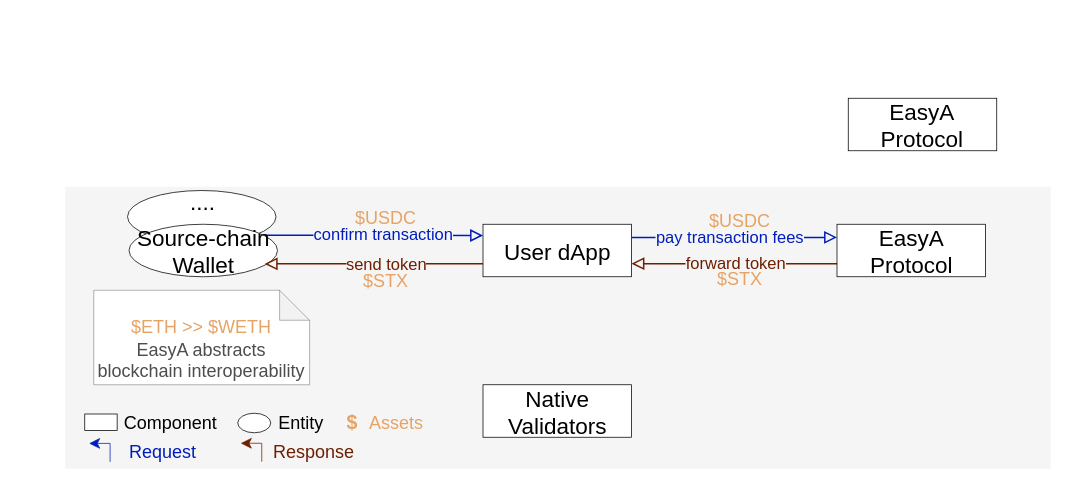
Before: page "interop" (4 of 5) of assets/easy-a-mechanism.drawio.drawio in dlt-science/EasyA-Whitepaper, a draw.io diagram. Source tidied: cells renumbered, new cells numbered last; positions are measured from the earlier drawing's top-left corner, leaving out a move shared by most shapes. Both pictures are drawn from the tidied source at 150%, with x=0, y=0 at pixel (64, 98).
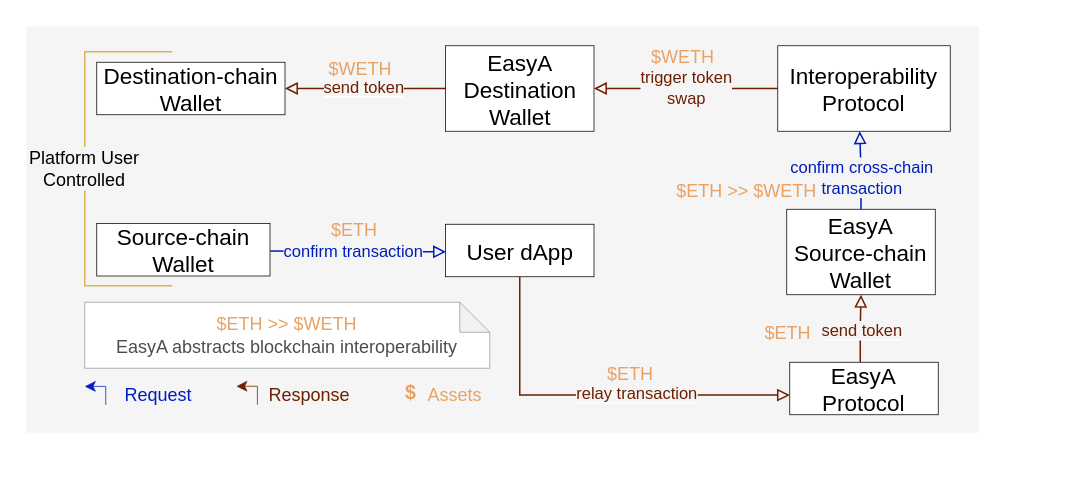
The same diagram, later.

The edit, as a diff of the source:
```diff
@@
     <mxCell id="2" style="shape=folder;fontStyle=1;spacingTop=10;tabWidth=0;tabHeight=0;tabPosition=left;html=1;whiteSpace=wrap;fillColor=#F5F5F5;strokeColor=none;strokeWidth=0;" parent="1" vertex="1">
-      <mxGeometry y="59" width="657" height="188" as="geometry" />
+      <mxGeometry x="-26" y="-48" width="635" height="271" as="geometry" />
     </mxCell>
-    <mxCell id="3" style="ellipse;whiteSpace=wrap;html=1;strokeWidth=0.5;" parent="1" vertex="1">
-      <mxGeometry x="41.5" y="61.5" width="99" height="35" as="geometry" />
-    </mxCell>
-    <mxCell id="4" value="&lt;div&gt;&lt;span style=&quot;color: rgb(230, 163, 101);&quot;&gt;&lt;br&gt;&lt;/span&gt;&lt;/div&gt;&lt;span style=&quot;color: rgb(230, 163, 101);&quot;&gt;$ETH &amp;gt;&amp;gt; $WETH&lt;/span&gt;&lt;div&gt;&lt;font style=&quot;color: rgb(77, 77, 77);&quot;&gt;EasyA abstracts blockchain interoperability&lt;/font&gt;&lt;/div&gt;" style="shape=note;whiteSpace=wrap;html=1;backgroundOutline=1;darkOpacity=0.05;size=20;strokeWidth=0.2;strokeColor=default;" parent="1" vertex="1">
-      <mxGeometry x="19" y="128" width="143.9" height="63" as="geometry" />
+    <mxCell id="4" value="&lt;div&gt;&lt;span style=&quot;color: light-dark(rgb(230, 163, 101), rgb(138, 80, 27)); background-color: transparent;&quot;&gt;$ETH &amp;gt;&amp;gt; $WETH&lt;/span&gt;&lt;/div&gt;&lt;div&gt;&lt;font style=&quot;color: rgb(77, 77, 77);&quot;&gt;EasyA abstracts blockchain interoperability&lt;/font&gt;&lt;/div&gt;" style="shape=note;whiteSpace=wrap;html=1;backgroundOutline=1;darkOpacity=0.05;size=20;strokeWidth=0.2;strokeColor=default;" parent="1" vertex="1">
+      <mxGeometry x="13" y="136" width="270" height="44" as="geometry" />
     </mxCell>
-    <mxCell id="5" style="edgeStyle=orthogonalEdgeStyle;rounded=0;jettySize=auto;html=1;entryX=0;entryY=0.5;entryDx=0;entryDy=0;exitX=0.917;exitY=0.208;exitDx=0;exitDy=0;exitPerimeter=0;strokeColor=#001DBC;endArrow=block;endFill=0;" parent="1" edge="1" source="7">
+    <mxCell id="5" style="edgeStyle=orthogonalEdgeStyle;rounded=0;orthogonalLoop=1;jettySize=auto;html=1;entryX=0.003;entryY=0.212;entryDx=0;entryDy=0;exitX=1.002;exitY=0.208;exitDx=0;exitDy=0;exitPerimeter=0;strokeColor=#001DBC;endArrow=block;endFill=0;entryPerimeter=0;" parent="1" edge="1">
       <mxGeometry relative="1" as="geometry">
-        <mxPoint x="278.5" y="91.5" as="targetPoint" />
+        <mxPoint x="136.7" y="101.8" as="sourcePoint" />
+        <mxPoint x="253.8" y="102.4" as="targetPoint" />
       </mxGeometry>
     </mxCell>
     <mxCell id="6" value="&lt;font style=&quot;color: rgb(0, 29, 188);&quot;&gt;confirm transaction&lt;/font&gt;" style="edgeLabel;html=1;align=center;verticalAlign=middle;labelBackgroundColor=#F5F5F5;" parent="5" vertex="1">
       <mxGeometry x="-0.51" y="-1" relative="1" as="geometry">
-        <mxPoint x="42" y="-2" as="offset" />
+        <mxPoint x="26" y="-2" as="offset" />
       </mxGeometry>
     </mxCell>
-    <mxCell id="7" value="&lt;div&gt;&lt;span style=&quot;font-size: 15px; text-wrap-mode: nowrap;&quot;&gt;Source-chain&lt;/span&gt;&lt;/div&gt;&lt;div&gt;&lt;span style=&quot;font-size: 15px; text-wrap-mode: nowrap;&quot;&gt;Wallet&lt;/span&gt;&lt;/div&gt;" style="ellipse;whiteSpace=wrap;html=1;strokeWidth=0.5;" parent="1" vertex="1">
-      <mxGeometry x="42.5" y="84" width="99" height="35" as="geometry" />
-    </mxCell>
-    <mxCell id="8" style="edgeStyle=orthogonalEdgeStyle;rounded=0;jettySize=auto;html=1;exitX=1;exitY=0.25;exitDx=0;exitDy=0;entryX=0;entryY=0.25;entryDx=0;entryDy=0;strokeColor=#001DBC;endArrow=block;endFill=0;" parent="1" edge="1" source="10" target="13">
-      <mxGeometry relative="1" as="geometry" />
-    </mxCell>
-    <mxCell id="9" value="pay transaction fees" style="edgeLabel;html=1;align=center;verticalAlign=middle;fontColor=#001DBC;labelBackgroundColor=#F5F5F5;" parent="8" vertex="1">
-      <mxGeometry x="-0.67" relative="1" as="geometry">
-        <mxPoint x="42" as="offset" />
-      </mxGeometry>
-    </mxCell>
     <mxCell id="10" value="&lt;div style=&quot;text-wrap-mode: nowrap;&quot;&gt;&lt;font style=&quot;font-size: 15px;&quot; face=&quot;Helvetica&quot;&gt;User dApp&lt;/font&gt;&lt;/div&gt;" style="html=1;whiteSpace=wrap;strokeWidth=0.5;" parent="1" vertex="1">
-      <mxGeometry x="278.5" y="84" width="99" height="35" as="geometry" />
+      <mxGeometry x="253.5" y="84" width="99" height="35" as="geometry" />
     </mxCell>
-    <mxCell id="11" style="edgeStyle=orthogonalEdgeStyle;rounded=0;jettySize=auto;html=1;exitX=0;exitY=0.75;exitDx=0;exitDy=0;entryX=1;entryY=0.75;entryDx=0;entryDy=0;strokeColor=#6D1F00;endArrow=block;endFill=0;" parent="1" edge="1" source="13" target="10">
-      <mxGeometry relative="1" as="geometry" />
-    </mxCell>
-    <mxCell id="12" value="forward token" style="edgeLabel;html=1;align=center;verticalAlign=middle;labelBackgroundColor=#F5F5F5;fontColor=#6D1F00;" parent="11" vertex="1">
-      <mxGeometry x="0.2" y="2" relative="1" as="geometry">
-        <mxPoint x="14" y="-3" as="offset" />
-      </mxGeometry>
-    </mxCell>
-    <mxCell id="13" value="&lt;div style=&quot;text-wrap-mode: nowrap;&quot;&gt;&lt;font style=&quot;font-size: 15px;&quot; face=&quot;Helvetica&quot;&gt;EasyA&lt;/font&gt;&lt;/div&gt;&lt;div style=&quot;text-wrap-mode: nowrap;&quot;&gt;&lt;font style=&quot;font-size: 15px;&quot; face=&quot;Helvetica&quot;&gt;Protocol&lt;/font&gt;&lt;/div&gt;" style="html=1;whiteSpace=wrap;strokeWidth=0.5;" parent="1" vertex="1">
-      <mxGeometry x="514.5" y="84" width="99" height="35" as="geometry" />
-    </mxCell>
-    <mxCell id="14" value="&lt;font style=&quot;color: rgb(230, 163, 101);&quot;&gt;$USDC&lt;/font&gt;" style="text;html=1;align=center;verticalAlign=middle;whiteSpace=wrap;rounded=0;" parent="1" vertex="1">
-      <mxGeometry x="189.5" y="72" width="48" height="16" as="geometry" />
-    </mxCell>
-    <mxCell id="15" style="edgeStyle=orthogonalEdgeStyle;rounded=0;jettySize=auto;html=1;exitX=0;exitY=0.75;exitDx=0;exitDy=0;entryX=0.914;entryY=0.755;entryDx=0;entryDy=0;entryPerimeter=0;strokeColor=#6D1F00;endArrow=block;endFill=0;" parent="1" edge="1" source="10" target="7">
-      <mxGeometry relative="1" as="geometry" />
-    </mxCell>
-    <mxCell id="16" value="send token" style="edgeLabel;html=1;align=center;verticalAlign=middle;labelBackgroundColor=#F5F5F5;fontColor=#6D1F00;" parent="15" vertex="1">
-      <mxGeometry x="-0.15" y="1" relative="1" as="geometry">
-        <mxPoint x="-3" y="-1" as="offset" />
-      </mxGeometry>
-    </mxCell>
-    <mxCell id="17" value="&lt;font style=&quot;color: rgb(230, 163, 101);&quot;&gt;$USDC&lt;/font&gt;" style="text;html=1;align=center;verticalAlign=middle;whiteSpace=wrap;rounded=0;" parent="1" vertex="1">
-      <mxGeometry x="425.5" y="74" width="48" height="16" as="geometry" />
-    </mxCell>
-    <mxCell id="18" value="&lt;div style=&quot;text-wrap-mode: nowrap;&quot;&gt;&lt;font style=&quot;font-size: 15px;&quot; face=&quot;Helvetica&quot;&gt;Native&lt;/font&gt;&lt;/div&gt;&lt;div style=&quot;text-wrap-mode: nowrap;&quot;&gt;&lt;font style=&quot;font-size: 15px;&quot; face=&quot;Helvetica&quot;&gt;Validators&lt;/font&gt;&lt;/div&gt;" style="html=1;whiteSpace=wrap;strokeWidth=0.5;" parent="1" vertex="1">
-      <mxGeometry x="278.5" y="191" width="99" height="35" as="geometry" />
-    </mxCell>
-    <mxCell id="19" value="&lt;font style=&quot;color: rgb(230, 163, 101);&quot;&gt;$STX&lt;/font&gt;" style="text;html=1;align=center;verticalAlign=middle;whiteSpace=wrap;rounded=0;" parent="1" vertex="1">
-      <mxGeometry x="189.5" y="114" width="48" height="16" as="geometry" />
+    <mxCell id="19" value="&lt;span style=&quot;color: rgb(230, 163, 101);&quot;&gt;$ETH&lt;/span&gt;" style="text;html=1;align=center;verticalAlign=middle;whiteSpace=wrap;rounded=0;" parent="1" vertex="1">
+      <mxGeometry x="169" y="79.5" width="48" height="16" as="geometry" />
     </mxCell>
-    <mxCell id="20" value="&lt;font style=&quot;color: rgb(230, 163, 101);&quot;&gt;$STX&lt;/font&gt;" style="text;html=1;align=center;verticalAlign=middle;whiteSpace=wrap;rounded=0;" parent="1" vertex="1">
-      <mxGeometry x="425.5" y="113" width="48" height="16" as="geometry" />
-    </mxCell>
     <mxCell id="21" value="&lt;font style=&quot;font-weight: normal; color: rgb(230, 163, 101); font-size: 12px;&quot;&gt;Assets&lt;/font&gt;" style="text;html=1;align=left;verticalAlign=middle;whiteSpace=wrap;rounded=0;strokeColor=none;fontSize=14;fontStyle=1;" parent="1" vertex="1">
-      <mxGeometry x="201.2" y="210.2" width="28.9" height="12" as="geometry" />
+      <mxGeometry x="240.2" y="190.5" width="28.9" height="12" as="geometry" />
     </mxCell>
-    <mxCell id="22" style="ellipse;whiteSpace=wrap;html=1;strokeWidth=0.5;" parent="1" vertex="1">
-      <mxGeometry x="115" y="210" width="22" height="13" as="geometry" />
-    </mxCell>
-    <mxCell id="23" style="html=1;whiteSpace=wrap;strokeWidth=0.5;" parent="1" vertex="1">
-      <mxGeometry x="13" y="210.5" width="21.6" height="11" as="geometry" />
-    </mxCell>
-    <mxCell id="24" value="&lt;span style=&quot;text-wrap-mode: wrap;&quot;&gt;&lt;font style=&quot;font-size: 12px;&quot;&gt;Component&lt;/font&gt;&lt;/span&gt;" style="text;html=1;align=center;verticalAlign=middle;strokeColor=none;fillColor=none;fontSize=14;" parent="1" vertex="1">
-      <mxGeometry x="29.9" y="201" width="80" height="29" as="geometry" />
-    </mxCell>
-    <mxCell id="25" value="&lt;span style=&quot;text-wrap-mode: wrap;&quot;&gt;&lt;font style=&quot;font-size: 12px;&quot;&gt;Entity&lt;/font&gt;&lt;/span&gt;" style="text;html=1;align=center;verticalAlign=middle;strokeColor=none;fillColor=none;fontSize=14;" parent="1" vertex="1">
-      <mxGeometry x="132.6" y="201.5" width="48" height="29" as="geometry" />
-    </mxCell>
     <mxCell id="26" value="&lt;font style=&quot;font-size: 13px; color: rgb(230, 163, 101);&quot;&gt;$&lt;/font&gt;" style="text;html=1;align=left;verticalAlign=middle;whiteSpace=wrap;rounded=0;strokeColor=none;fontSize=14;fontStyle=1;" parent="1" vertex="1">
-      <mxGeometry x="186" y="209.8" width="9" height="12" as="geometry" />
+      <mxGeometry x="225" y="190" width="9" height="12" as="geometry" />
     </mxCell>
     <mxCell id="27" style="edgeStyle=orthogonalEdgeStyle;rounded=0;orthogonalLoop=1;jettySize=auto;html=1;entryX=0.699;entryY=-0.003;entryDx=0;entryDy=0;entryPerimeter=0;strokeColor=#001DBC;strokeWidth=0.5;" parent="1" edge="1">
       <mxGeometry relative="1" as="geometry">
-        <mxPoint x="29.9" y="242.4" as="sourcePoint" />
-        <mxPoint x="15.9" y="230.1" as="targetPoint" />
+        <mxPoint x="27" y="204.4" as="sourcePoint" />
+        <mxPoint x="13" y="192.1" as="targetPoint" />
         <Array as="points">
-          <mxPoint x="29.9" y="230.4" />
+          <mxPoint x="27" y="192.4" />
         </Array>
       </mxGeometry>
     </mxCell>
     <mxCell id="28" value="&lt;span&gt;&lt;font style=&quot;font-size: 12px; color: rgb(0, 29, 188);&quot;&gt;Request&lt;/font&gt;&lt;/span&gt;" style="text;html=1;align=left;verticalAlign=middle;whiteSpace=wrap;rounded=0;strokeColor=none;fontSize=14;fontColor=#FFB570;" parent="1" vertex="1">
-      <mxGeometry x="41" y="228" width="35" height="14" as="geometry" />
+      <mxGeometry x="38.1" y="190" width="35" height="14" as="geometry" />
     </mxCell>
     <mxCell id="29" style="edgeStyle=orthogonalEdgeStyle;rounded=0;orthogonalLoop=1;jettySize=auto;html=1;entryX=0.699;entryY=-0.003;entryDx=0;entryDy=0;entryPerimeter=0;strokeColor=#6D1F00;strokeWidth=0.5;" parent="1" edge="1">
       <mxGeometry relative="1" as="geometry">
-        <mxPoint x="131" y="242.3" as="sourcePoint" />
-        <mxPoint x="117" y="230" as="targetPoint" />
+        <mxPoint x="128.1" y="204.3" as="sourcePoint" />
+        <mxPoint x="114.1" y="192" as="targetPoint" />
         <Array as="points">
-          <mxPoint x="131" y="230.3" />
+          <mxPoint x="128.1" y="192.3" />
         </Array>
       </mxGeometry>
     </mxCell>
     <mxCell id="30" value="&lt;font style=&quot;font-size: 12px; color: rgb(109, 31, 0);&quot;&gt;Response&lt;/font&gt;" style="text;html=1;align=left;verticalAlign=middle;whiteSpace=wrap;rounded=0;strokeColor=none;fontSize=14;fontColor=#FFB570;" parent="1" vertex="1">
-      <mxGeometry x="137" y="228" width="57" height="14" as="geometry" />
+      <mxGeometry x="134.1" y="190" width="57" height="14" as="geometry" />
     </mxCell>
-    <mxCell id="31" value="&lt;div style=&quot;text-wrap-mode: nowrap;&quot;&gt;&lt;font style=&quot;font-size: 15px;&quot; face=&quot;Helvetica&quot;&gt;EasyA&lt;/font&gt;&lt;/div&gt;&lt;div style=&quot;text-wrap-mode: nowrap;&quot;&gt;&lt;font style=&quot;font-size: 15px;&quot; face=&quot;Helvetica&quot;&gt;Protocol&lt;/font&gt;&lt;/div&gt;" style="html=1;whiteSpace=wrap;strokeWidth=0.5;" parent="1" vertex="1">
-      <mxGeometry x="522" width="99" height="35" as="geometry" />
+    <mxCell id="31" value="&lt;div style=&quot;text-wrap-mode: nowrap;&quot;&gt;&lt;font style=&quot;font-size: 15px;&quot; face=&quot;Helvetica&quot;&gt;EasyA&lt;/font&gt;&lt;/div&gt;&lt;div style=&quot;text-wrap-mode: nowrap;&quot;&gt;&lt;font style=&quot;font-size: 15px;&quot; face=&quot;Helvetica&quot;&gt;Source-chain&lt;/font&gt;&lt;/div&gt;&lt;div style=&quot;text-wrap-mode: nowrap;&quot;&gt;&lt;font style=&quot;font-size: 15px;&quot; face=&quot;Helvetica&quot;&gt;Wallet&lt;/font&gt;&lt;/div&gt;" style="html=1;whiteSpace=wrap;strokeWidth=0.5;" parent="1" vertex="1">
+      <mxGeometry x="481" y="74" width="99" height="57" as="geometry" />
     </mxCell>
-    <mxCell id="32" value="&lt;span style=&quot;font-size: 15px; text-wrap-mode: nowrap;&quot;&gt;....&lt;/span&gt;" style="text;html=1;align=center;verticalAlign=middle;whiteSpace=wrap;rounded=0;" parent="1" vertex="1">
-      <mxGeometry x="62" y="54" width="60" height="30" as="geometry" />
-    </mxCell>
+    <mxCell id="33" style="edgeStyle=orthogonalEdgeStyle;rounded=0;jettySize=auto;html=1;exitX=0;exitY=0.5;exitDx=0;exitDy=0;entryX=1;entryY=0.5;entryDx=0;entryDy=0;strokeColor=#6D1F00;endArrow=block;endFill=0;" parent="1" edge="1" source="35" target="42">
+      <mxGeometry relative="1" as="geometry" />
+    </mxCell>
+    <mxCell id="34" value="&lt;span style=&quot;background-color: rgb(245, 245, 245);&quot;&gt;&lt;font style=&quot;color: rgb(109, 31, 0);&quot;&gt;send token&lt;/font&gt;&lt;/span&gt;" style="edgeLabel;html=1;align=center;verticalAlign=middle;" parent="33" vertex="1">
+      <mxGeometry x="0.02" y="1" relative="1" as="geometry">
+        <mxPoint y="-2" as="offset" />
+      </mxGeometry>
+    </mxCell>
+    <mxCell id="35" value="&lt;div style=&quot;text-wrap-mode: nowrap;&quot;&gt;&lt;font style=&quot;font-size: 15px;&quot; face=&quot;Helvetica&quot;&gt;EasyA&lt;/font&gt;&lt;/div&gt;&lt;div style=&quot;text-wrap-mode: nowrap;&quot;&gt;&lt;font style=&quot;font-size: 15px;&quot; face=&quot;Helvetica&quot;&gt;Destination&lt;/font&gt;&lt;/div&gt;&lt;div style=&quot;text-wrap-mode: nowrap;&quot;&gt;&lt;font style=&quot;font-size: 15px;&quot; face=&quot;Helvetica&quot;&gt;Wallet&lt;/font&gt;&lt;/div&gt;" style="html=1;whiteSpace=wrap;strokeWidth=0.5;" parent="1" vertex="1">
+      <mxGeometry x="253.5" y="-35" width="99" height="57" as="geometry" />
+    </mxCell>
+    <mxCell id="36" style="edgeStyle=orthogonalEdgeStyle;rounded=0;jettySize=auto;html=1;exitX=0;exitY=0.5;exitDx=0;exitDy=0;strokeColor=#6D1F00;endArrow=block;endFill=0;" parent="1" edge="1" source="38" target="35">
+      <mxGeometry relative="1" as="geometry" />
+    </mxCell>
+    <mxCell id="37" value="&lt;span&gt;&lt;font style=&quot;color: rgb(109, 31, 0);&quot;&gt;trigger token&lt;/font&gt;&lt;/span&gt;&lt;div&gt;&lt;span style=&quot;color: rgb(0, 29, 188);&quot;&gt;&lt;font style=&quot;color: rgb(109, 31, 0);&quot;&gt;swap&lt;/font&gt;&lt;/span&gt;&lt;/div&gt;" style="edgeLabel;html=1;align=center;verticalAlign=middle;labelBackgroundColor=#F5F5F5;" parent="36" vertex="1">
+      <mxGeometry x="0.01" y="-1" relative="1" as="geometry" />
+    </mxCell>
+    <mxCell id="38" value="&lt;div style=&quot;text-wrap-mode: nowrap;&quot;&gt;&lt;span style=&quot;font-size: 15px;&quot;&gt;Interoperability&lt;/span&gt;&lt;/div&gt;&lt;div style=&quot;text-wrap-mode: nowrap;&quot;&gt;&lt;span style=&quot;font-size: 15px;&quot;&gt;Protocol&lt;/span&gt;&lt;/div&gt;" style="html=1;whiteSpace=wrap;strokeWidth=0.5;" parent="1" vertex="1">
+      <mxGeometry x="475" y="-35" width="115" height="57" as="geometry" />
+    </mxCell>
+    <mxCell id="7" value="&lt;div style=&quot;text-wrap-mode: nowrap;&quot;&gt;&lt;font style=&quot;font-size: 15px;&quot; face=&quot;Helvetica&quot;&gt;Source-chain&lt;/font&gt;&lt;/div&gt;&lt;div style=&quot;text-wrap-mode: nowrap;&quot;&gt;&lt;font style=&quot;font-size: 15px;&quot; face=&quot;Helvetica&quot;&gt;Wallet&lt;/font&gt;&lt;/div&gt;" style="html=1;whiteSpace=wrap;strokeWidth=0.5;" parent="1" vertex="1">
+      <mxGeometry x="21" y="83.5" width="115.5" height="35" as="geometry" />
+    </mxCell>
+    <mxCell id="39" style="edgeStyle=orthogonalEdgeStyle;rounded=0;jettySize=auto;html=1;exitX=0.5;exitY=0;exitDx=0;exitDy=0;entryX=0.475;entryY=1;entryDx=0;entryDy=0;entryPerimeter=0;strokeColor=#001DBC;endArrow=block;endFill=0;" parent="1" edge="1" source="31" target="38">
+      <mxGeometry relative="1" as="geometry" />
+    </mxCell>
+    <mxCell id="40" value="&lt;span style=&quot;color: rgb(0, 29, 188);&quot;&gt;confirm cross-chain&lt;/span&gt;&lt;div&gt;&lt;span style=&quot;color: rgb(0, 29, 188);&quot;&gt;transaction&lt;/span&gt;&lt;/div&gt;" style="edgeLabel;html=1;align=center;verticalAlign=middle;labelBackgroundColor=#F5F5F5;" parent="39" vertex="1">
+      <mxGeometry x="-0.17" relative="1" as="geometry" />
+    </mxCell>
+    <mxCell id="41" style="strokeWidth=1;html=1;shape=mxgraph.flowchart.annotation_1;align=left;rotation=0;strokeColor=#d6b656;fillColor=#fff2cc;" parent="1" vertex="1">
+      <mxGeometry x="13" y="-31" width="58.3" height="156" as="geometry" />
+    </mxCell>
+    <mxCell id="42" value="&lt;div style=&quot;text-wrap-mode: nowrap;&quot;&gt;&lt;font style=&quot;font-size: 15px;&quot; face=&quot;Helvetica&quot;&gt;Destination-chain&lt;/font&gt;&lt;/div&gt;&lt;div style=&quot;text-wrap-mode: nowrap;&quot;&gt;&lt;font style=&quot;font-size: 15px;&quot; face=&quot;Helvetica&quot;&gt;Wallet&lt;/font&gt;&lt;/div&gt;" style="html=1;whiteSpace=wrap;strokeWidth=0.5;" parent="1" vertex="1">
+      <mxGeometry x="21" y="-24" width="125.5" height="35" as="geometry" />
+    </mxCell>
+    <mxCell id="43" value="Platform User&lt;div&gt;Controlled&lt;/div&gt;" style="text;html=1;align=center;verticalAlign=middle;whiteSpace=wrap;rounded=0;labelBackgroundColor=#F5F5F5;" parent="1" vertex="1">
+      <mxGeometry x="-25" y="38" width="76" height="18" as="geometry" />
+    </mxCell>
+    <mxCell id="44" value="&lt;span style=&quot;color: rgb(230, 163, 101);&quot;&gt;$WETH&lt;/span&gt;" style="text;html=1;align=center;verticalAlign=middle;whiteSpace=wrap;rounded=0;" parent="1" vertex="1">
+      <mxGeometry x="173" y="-27" width="48" height="16" as="geometry" />
+    </mxCell>
+    <mxCell id="45" style="edgeStyle=orthogonalEdgeStyle;rounded=0;jettySize=auto;html=1;exitX=0.475;exitY=-0.003;exitDx=0;exitDy=0;entryX=0.5;entryY=1;entryDx=0;entryDy=0;exitPerimeter=0;strokeColor=#6D1F00;endArrow=block;endFill=0;" parent="1" edge="1" source="13" target="31">
+      <mxGeometry relative="1" as="geometry">
+        <Array as="points">
+          <mxPoint x="530" y="154" />
+          <mxPoint x="531" y="154" />
+        </Array>
+      </mxGeometry>
+    </mxCell>
+    <mxCell id="46" value="&lt;span style=&quot;background-color: rgb(245, 245, 245);&quot;&gt;&lt;font style=&quot;color: rgb(109, 31, 0);&quot;&gt;send token&lt;/font&gt;&lt;/span&gt;" style="edgeLabel;html=1;align=center;verticalAlign=middle;" parent="45" vertex="1">
+      <mxGeometry x="-0.08" relative="1" as="geometry" />
+    </mxCell>
+    <mxCell id="13" value="&lt;div style=&quot;text-wrap-mode: nowrap;&quot;&gt;&lt;font style=&quot;font-size: 15px;&quot; face=&quot;Helvetica&quot;&gt;EasyA&lt;/font&gt;&lt;/div&gt;&lt;div style=&quot;text-wrap-mode: nowrap;&quot;&gt;&lt;font style=&quot;font-size: 15px;&quot; face=&quot;Helvetica&quot;&gt;Protocol&lt;/font&gt;&lt;/div&gt;" style="html=1;whiteSpace=wrap;strokeWidth=0.5;" parent="1" vertex="1">
+      <mxGeometry x="483" y="176" width="99" height="35" as="geometry" />
+    </mxCell>
+    <mxCell id="8" style="edgeStyle=orthogonalEdgeStyle;rounded=0;jettySize=auto;html=1;exitX=0.5;exitY=1;exitDx=0;exitDy=0;entryX=0.001;entryY=0.626;entryDx=0;entryDy=0;entryPerimeter=0;strokeColor=#6D1F00;endArrow=block;endFill=0;" parent="1" edge="1" source="10" target="13">
+      <mxGeometry relative="1" as="geometry" />
+    </mxCell>
+    <mxCell id="47" value="&lt;span style=&quot;background-color: rgb(245, 245, 245);&quot;&gt;&lt;font style=&quot;color: rgb(109, 31, 0);&quot;&gt;relay transaction&lt;/font&gt;&lt;/span&gt;" style="edgeLabel;html=1;align=center;verticalAlign=middle;" parent="8" vertex="1">
+      <mxGeometry x="0.09" y="-1" relative="1" as="geometry">
+        <mxPoint x="15" y="-2" as="offset" />
+      </mxGeometry>
+    </mxCell>
+    <mxCell id="48" value="&lt;span style=&quot;color: rgb(230, 163, 101);&quot;&gt;$ETH&lt;/span&gt;" style="text;html=1;align=center;verticalAlign=middle;whiteSpace=wrap;rounded=0;" parent="1" vertex="1">
+      <mxGeometry x="352.5" y="176" width="48" height="16" as="geometry" />
+    </mxCell>
+    <mxCell id="49" value="&lt;span style=&quot;color: rgb(230, 163, 101);&quot;&gt;$ETH&lt;/span&gt;" style="text;html=1;align=center;verticalAlign=middle;whiteSpace=wrap;rounded=0;" parent="1" vertex="1">
+      <mxGeometry x="458" y="149" width="48" height="16" as="geometry" />
+    </mxCell>
+    <mxCell id="50" value="&lt;span style=&quot;color: rgb(230, 163, 101);&quot;&gt;$WETH&lt;/span&gt;" style="text;html=1;align=center;verticalAlign=middle;whiteSpace=wrap;rounded=0;" parent="1" vertex="1">
+      <mxGeometry x="388" y="-35" width="48" height="16" as="geometry" />
+    </mxCell>
+    <mxCell id="51" value="&lt;span style=&quot;color: rgb(230, 163, 101);&quot;&gt;$ETH &amp;gt;&amp;gt;&amp;nbsp;&lt;/span&gt;&lt;span style=&quot;color: rgb(230, 163, 101);&quot;&gt;$WETH&lt;/span&gt;" style="text;html=1;align=center;verticalAlign=middle;whiteSpace=wrap;rounded=0;" parent="1" vertex="1">
+      <mxGeometry x="405" y="54" width="99" height="16" as="geometry" />
+    </mxCell>
```
